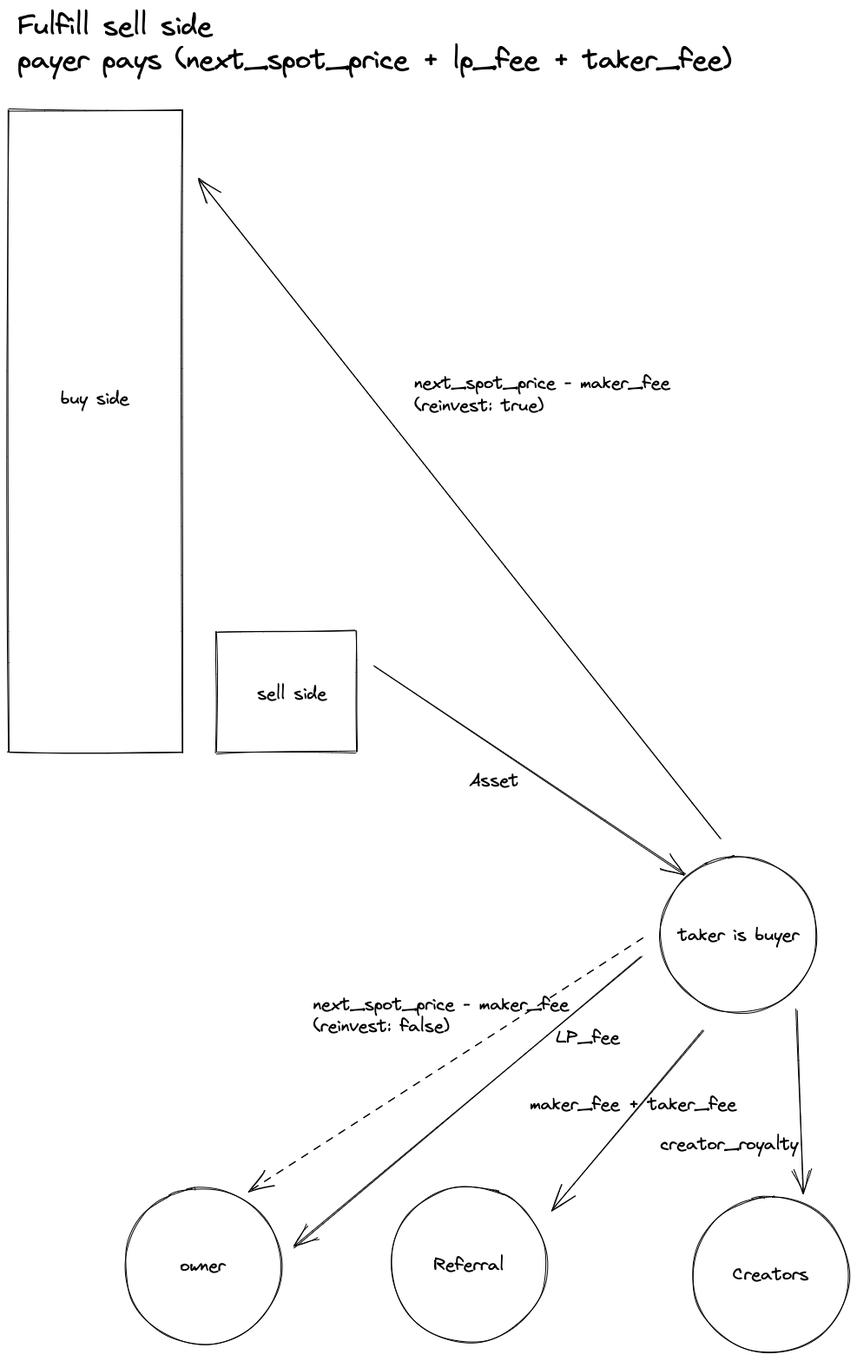
This is docs/fulfill_sell.excalidraw.png from me-foundation/mmm, a Excalidraw export, as it was before one commit. Source tidied: one line per element, renumbered; positions are measured from the earlier drawing's top-left corner, leaving out a move shared by most shapes.
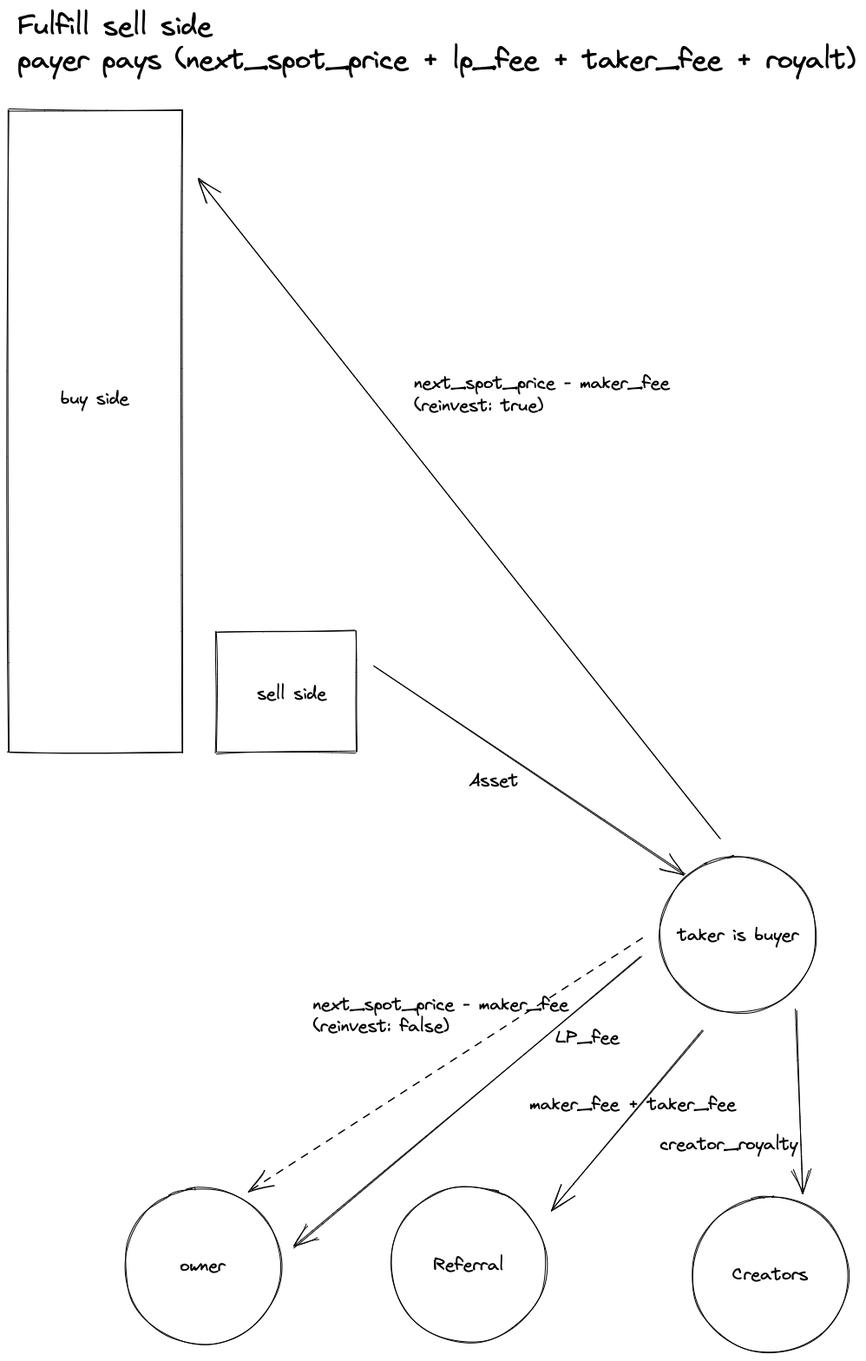
Later version of the same file.

What changed in the source:
```diff
@@ -18,7 +18,7 @@
 {"id": 17, "type": "text", "text": "maker_fee + taker_fee", "strokeColor": "#000000", "strokeWidth": 1, "roughness": 1, "fontSize": 20, "fontFamily": 1, "x": 600, "y": 1250, "width": 240, "height": 25}
 {"id": 18, "type": "arrow", "strokeColor": "#000000", "strokeWidth": 1, "strokeStyle": "dashed", "roughness": 1, "endArrowhead": "arrow", "from": 6, "to": 4, "x": 730, "y": 1072, "width": 453, "height": 289, "points": [[0, 0], [-453, 289]]}
 {"id": 19, "type": "text", "text": "next_spot_price - maker_fee\n(reinvest: false)", "strokeColor": "#000000", "strokeWidth": 1, "roughness": 1, "fontSize": 20, "fontFamily": 1, "x": 351, "y": 1135, "width": 295, "height": 51}
-{"id": 20, "type": "text", "text": "Fulfill sell side\npayer pays (next_spot_price + lp_fee + taker_fee)", "strokeColor": "#000000", "strokeWidth": 1, "strokeStyle": "dashed", "roughness": 1, "fontSize": 31.4, "fontFamily": 1, "x": 10, "y": 0, "width": 824, "height": 79}
+{"id": 20, "type": "text", "text": "Fulfill sell side\npayer pays (next_spot_price + lp_fee + taker_fee + royalt)", "strokeColor": "#000000", "strokeWidth": 1, "strokeStyle": "dashed", "roughness": 1, "fontSize": 31.4, "fontFamily": 1, "x": 10, "y": 0, "width": 968, "height": 79}
 {"id": 21, "type": "ellipse", "strokeColor": "#000000", "strokeWidth": 1, "roughness": 1, "x": 788, "y": 1369, "width": 180, "height": 180}
 {"id": 22, "type": "text", "text": "Creators", "strokeColor": "#000000", "strokeWidth": 1, "roughness": 1, "fontSize": 20, "fontFamily": 1, "textAlign": "center", "verticalAlign": "middle", "inside": 21, "x": 793, "y": 1446, "width": 170, "height": 25}
 {"id": 23, "type": "arrow", "strokeColor": "#000000", "strokeWidth": 1, "roughness": 1, "endArrowhead": "arrow", "from": 6, "to": 21, "x": 908, "y": 1153, "width": 7, "height": 212, "points": [[0, 0], [7, 212]]}
```
